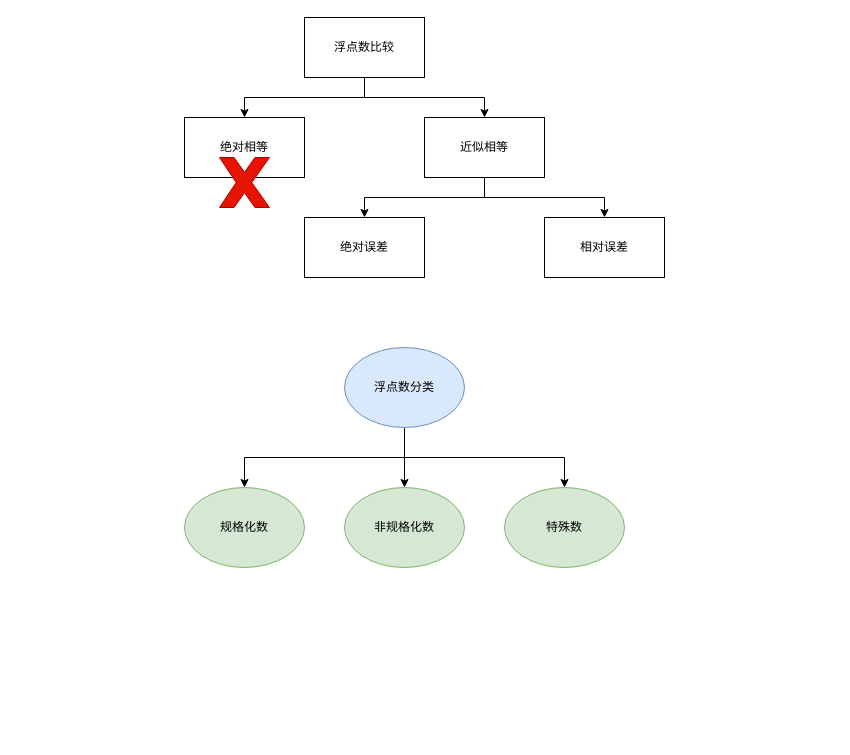
Before: float_pointing_number_comparison.drawio in ZiqingYip/moment, a draw.io diagram. Source tidied: cells renumbered, new cells numbered last; positions are measured from the earlier drawing's top-left corner, leaving out a move shared by most shapes. Both pictures are drawn from the tidied source at 100%, with x=0, y=0 at pixel (184, 17).
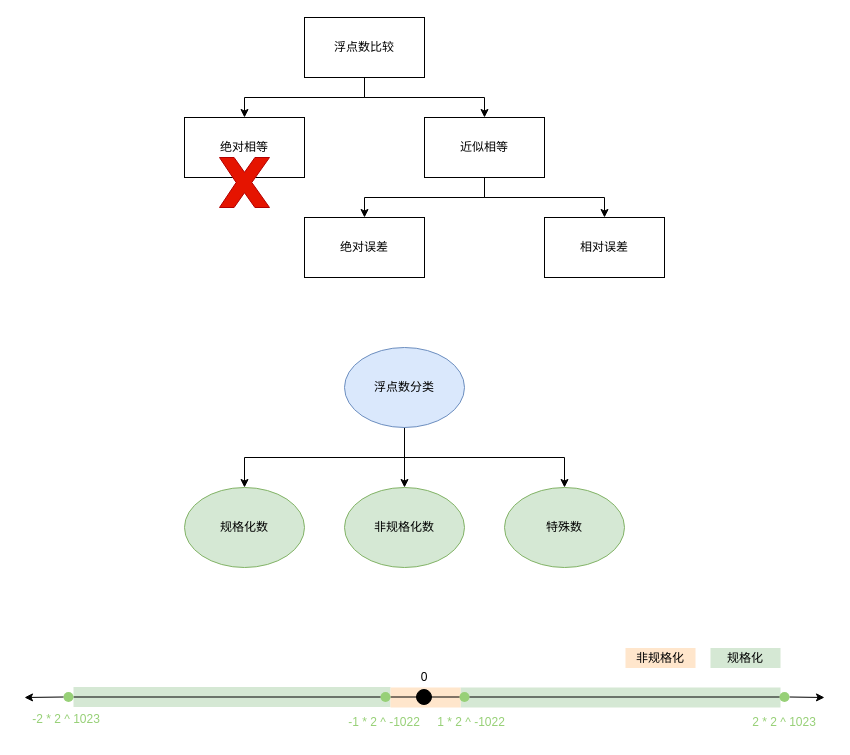
The same page after the edit.

Change to the diagram source:
```diff
@@
+    <mxCell id="19" style="rounded=0;whiteSpace=wrap;html=1;fillColor=#d5e8d4;strokeColor=none;" parent="1" vertex="1">
+      <mxGeometry x="-111" y="669.5" width="317" height="20" as="geometry" />
+    </mxCell>
+    <mxCell id="20" style="rounded=0;whiteSpace=wrap;html=1;fillColor=#d5e8d4;strokeColor=none;" parent="1" vertex="1">
+      <mxGeometry x="276" y="670" width="320" height="20" as="geometry" />
+    </mxCell>
+    <mxCell id="21" style="rounded=0;whiteSpace=wrap;html=1;fillColor=#ffe6cc;strokeColor=none;" parent="1" vertex="1">
+      <mxGeometry x="206" y="670" width="70" height="20" as="geometry" />
+    </mxCell>
@@
+    <mxCell id="22" style="endArrow=classic;startArrow=none;html=1;rounded=0;" parent="1" edge="1" source="28">
+      <mxGeometry relative="1" as="geometry">
+        <mxPoint x="640" y="680" as="targetPoint" />
+      </mxGeometry>
+    </mxCell>
+    <mxCell id="23" style="ellipse;whiteSpace=wrap;html=1;fillColor=#000000;" parent="1" vertex="1">
+      <mxGeometry x="232" y="672" width="15" height="15" as="geometry" />
+    </mxCell>
+    <mxCell id="24" style="ellipse;whiteSpace=wrap;html=1;fillColor=#97D077;strokeColor=none;" parent="1" vertex="1">
+      <mxGeometry x="275" y="674.5" width="10" height="10" as="geometry" />
+    </mxCell>
+    <mxCell id="25" style="endArrow=none;startArrow=none;html=1;rounded=0;" parent="1" edge="1" source="26" target="24">
+      <mxGeometry relative="1" as="geometry" />
+    </mxCell>
+    <mxCell id="26" style="ellipse;whiteSpace=wrap;html=1;fillColor=#97D077;strokeColor=none;" parent="1" vertex="1">
+      <mxGeometry x="196" y="674.5" width="10" height="10" as="geometry" />
+    </mxCell>
+    <mxCell id="27" style="endArrow=none;startArrow=none;html=1;rounded=0;" parent="1" edge="1" source="30" target="26">
+      <mxGeometry relative="1" as="geometry" />
+    </mxCell>
+    <mxCell id="28" style="ellipse;whiteSpace=wrap;html=1;fillColor=#97D077;strokeColor=none;" parent="1" vertex="1">
+      <mxGeometry x="595" y="674.5" width="10" height="10" as="geometry" />
+    </mxCell>
+    <mxCell id="29" style="endArrow=none;startArrow=none;html=1;rounded=0;" parent="1" edge="1" source="24" target="28">
+      <mxGeometry relative="1" as="geometry" />
+    </mxCell>
+    <mxCell id="30" style="ellipse;whiteSpace=wrap;html=1;fillColor=#97D077;strokeColor=none;" parent="1" vertex="1">
+      <mxGeometry x="-121" y="674.5" width="10" height="10" as="geometry" />
+    </mxCell>
+    <mxCell id="31" style="endArrow=none;startArrow=classic;html=1;rounded=0;" parent="1" edge="1" target="30">
+      <mxGeometry relative="1" as="geometry">
+        <mxPoint x="-160" y="680" as="sourcePoint" />
+      </mxGeometry>
+    </mxCell>
+    <mxCell id="32" value="0" style="text;html=1;strokeColor=none;fillColor=none;align=center;verticalAlign=middle;whiteSpace=wrap;rounded=0;" parent="1" vertex="1">
+      <mxGeometry x="219.5" y="650" width="40" height="20" as="geometry" />
+    </mxCell>
+    <mxCell id="33" value="1 * 2 ^ -1022" style="text;html=1;strokeColor=none;fillColor=none;align=center;verticalAlign=middle;whiteSpace=wrap;rounded=0;fontColor=#97D077;" parent="1" vertex="1">
+      <mxGeometry x="247" y="690" width="80" height="30" as="geometry" />
+    </mxCell>
+    <mxCell id="34" value="-1 * 2 ^ -1022" style="text;html=1;strokeColor=none;fillColor=none;align=center;verticalAlign=middle;whiteSpace=wrap;rounded=0;fontColor=#97D077;" parent="1" vertex="1">
+      <mxGeometry x="160" y="690" width="80" height="30" as="geometry" />
+    </mxCell>
+    <mxCell id="35" value="2 * 2 ^ 1023" style="text;html=1;strokeColor=none;fillColor=none;align=center;verticalAlign=middle;whiteSpace=wrap;rounded=0;fontColor=#97D077;" parent="1" vertex="1">
+      <mxGeometry x="560" y="690" width="80" height="30" as="geometry" />
+    </mxCell>
+    <mxCell id="36" value="-2 * 2 ^ 1023" style="text;html=1;strokeColor=none;fillColor=none;align=center;verticalAlign=middle;whiteSpace=wrap;rounded=0;fontColor=#97D077;" parent="1" vertex="1">
+      <mxGeometry x="-158" y="687" width="80" height="30" as="geometry" />
+    </mxCell>
+    <mxCell id="37" value="规格化" style="rounded=0;whiteSpace=wrap;html=1;fillColor=#d5e8d4;strokeColor=none;" parent="1" vertex="1">
+      <mxGeometry x="526" y="630.5" width="70" height="20" as="geometry" />
+    </mxCell>
+    <mxCell id="38" value="非规格化" style="rounded=0;whiteSpace=wrap;html=1;fillColor=#ffe6cc;strokeColor=none;" parent="1" vertex="1">
+      <mxGeometry x="441" y="630.5" width="70" height="20" as="geometry" />
+    </mxCell>
```
